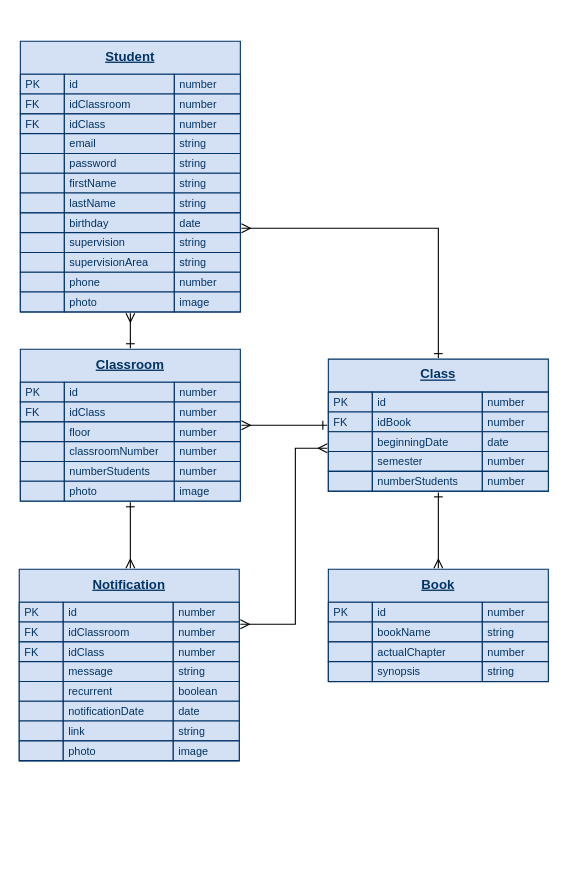
The draw.io diagram ser_db.drawio in FreeSoulsDotBat/SER, before the edit. Source tidied: cells renumbered, new cells numbered last; positions are measured from the earlier drawing's top-left corner, leaving out a move shared by most shapes. Both pictures are drawn from the tidied source at 110%, with x=0, y=0 at pixel (19, 41).
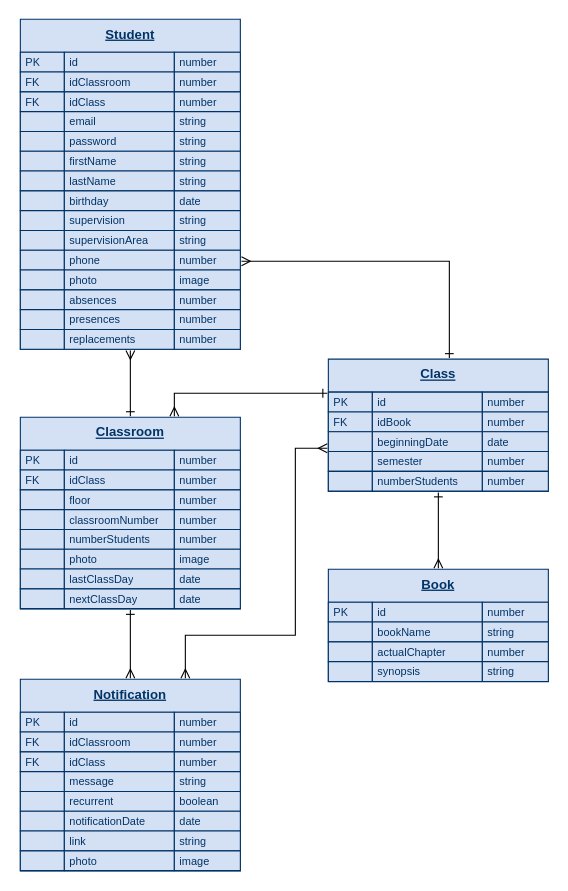
The same page after the edit.

The change refers to these unchanged cells:
```xml
<mxCell id="113" value="Class" style="shape=table;startSize=30;childLayout=tableLayout;fontStyle=5;align=center;fillColor=#D4E1F5;strokeColor=#003366;fontColor=#003366;verticalAlign=top;swimlaneLine=1;sketch=0;perimeterSpacing=1;" parent="1" vertex="1">
  <mxGeometry x="281" y="289" width="200" height="120.2" as="geometry" />
</mxCell>
```

What changed in the source:
```diff
@@
     <mxCell id="3" value="Student" style="shape=table;startSize=30;childLayout=tableLayout;fontStyle=5;align=center;fillColor=#D4E1F5;strokeColor=#003366;fontColor=#003366;verticalAlign=top;swimlaneLine=1;sketch=0;perimeterSpacing=1;" parent="1" vertex="1">
-      <mxGeometry x="1" width="200" height="246.2" as="geometry" />
+      <mxGeometry x="1" y="-20" width="200" height="300.2" as="geometry" />
     </mxCell>
@@
+    <mxCell id="153" style="shape=tableRow;horizontal=0;startSize=0;swimlaneHead=0;swimlaneBody=0;top=0;left=0;bottom=0;right=0;fillColor=none;" parent="3" vertex="1">
+      <mxGeometry y="246" width="200" height="18" as="geometry" />
+    </mxCell>
+    <mxCell id="154" style="shape=partialRectangle;html=1;whiteSpace=wrap;fillColor=#D4E1F5;top=1;left=1;bottom=1;right=1;overflow=hidden;strokeColor=#003366;strokeWidth=1;align=left;fontColor=#003366;spacingLeft=5;fontSize=10;spacing=0;" parent="153" vertex="1">
+      <mxGeometry width="40" height="18" as="geometry" />
+    </mxCell>
+    <mxCell id="155" value="absences" style="shape=partialRectangle;html=1;whiteSpace=wrap;fillColor=#D4E1F5;top=1;left=1;bottom=1;right=1;overflow=hidden;strokeColor=#003366;strokeWidth=1;align=left;fontColor=#003366;spacingLeft=5;fontSize=10;spacing=0;" parent="153" vertex="1">
+      <mxGeometry x="40" width="100" height="18" as="geometry" />
+    </mxCell>
+    <mxCell id="156" value="number" style="shape=partialRectangle;html=1;whiteSpace=wrap;fillColor=#D4E1F5;top=1;left=1;bottom=1;right=1;overflow=hidden;strokeColor=#003366;strokeWidth=1;align=left;fontColor=#003366;spacingLeft=5;fontSize=10;spacing=0;" parent="153" vertex="1">
+      <mxGeometry x="140" width="60" height="18" as="geometry" />
+    </mxCell>
+    <mxCell id="157" style="shape=tableRow;horizontal=0;startSize=0;swimlaneHead=0;swimlaneBody=0;top=0;left=0;bottom=0;right=0;fillColor=none;" parent="3" vertex="1">
+      <mxGeometry y="264" width="200" height="18" as="geometry" />
+    </mxCell>
+    <mxCell id="158" style="shape=partialRectangle;html=1;whiteSpace=wrap;fillColor=#D4E1F5;top=1;left=1;bottom=1;right=1;overflow=hidden;strokeColor=#003366;strokeWidth=1;align=left;fontColor=#003366;spacingLeft=5;fontSize=10;spacing=0;" parent="157" vertex="1">
+      <mxGeometry width="40" height="18" as="geometry" />
+    </mxCell>
+    <mxCell id="159" value="presences" style="shape=partialRectangle;html=1;whiteSpace=wrap;fillColor=#D4E1F5;top=1;left=1;bottom=1;right=1;overflow=hidden;strokeColor=#003366;strokeWidth=1;align=left;fontColor=#003366;spacingLeft=5;fontSize=10;spacing=0;" parent="157" vertex="1">
+      <mxGeometry x="40" width="100" height="18" as="geometry" />
+    </mxCell>
+    <mxCell id="160" value="number" style="shape=partialRectangle;html=1;whiteSpace=wrap;fillColor=#D4E1F5;top=1;left=1;bottom=1;right=1;overflow=hidden;strokeColor=#003366;strokeWidth=1;align=left;fontColor=#003366;spacingLeft=5;fontSize=10;spacing=0;" parent="157" vertex="1">
+      <mxGeometry x="140" width="60" height="18" as="geometry" />
+    </mxCell>
+    <mxCell id="161" style="shape=tableRow;horizontal=0;startSize=0;swimlaneHead=0;swimlaneBody=0;top=0;left=0;bottom=0;right=0;fillColor=none;" parent="3" vertex="1">
+      <mxGeometry y="282" width="200" height="18" as="geometry" />
+    </mxCell>
+    <mxCell id="162" style="shape=partialRectangle;html=1;whiteSpace=wrap;fillColor=#D4E1F5;top=1;left=1;bottom=1;right=1;overflow=hidden;strokeColor=#003366;strokeWidth=1;align=left;fontColor=#003366;spacingLeft=5;fontSize=10;spacing=0;" parent="161" vertex="1">
+      <mxGeometry width="40" height="18" as="geometry" />
+    </mxCell>
+    <mxCell id="163" value="replacements" style="shape=partialRectangle;html=1;whiteSpace=wrap;fillColor=#D4E1F5;top=1;left=1;bottom=1;right=1;overflow=hidden;strokeColor=#003366;strokeWidth=1;align=left;fontColor=#003366;spacingLeft=5;fontSize=10;spacing=0;" parent="161" vertex="1">
+      <mxGeometry x="40" width="100" height="18" as="geometry" />
+    </mxCell>
+    <mxCell id="164" value="number" style="shape=partialRectangle;html=1;whiteSpace=wrap;fillColor=#D4E1F5;top=1;left=1;bottom=1;right=1;overflow=hidden;strokeColor=#003366;strokeWidth=1;align=left;fontColor=#003366;spacingLeft=5;fontSize=10;spacing=0;" parent="161" vertex="1">
+      <mxGeometry x="140" width="60" height="18" as="geometry" />
+    </mxCell>
     <mxCell id="52" value="Classroom" style="shape=table;startSize=30;childLayout=tableLayout;fontStyle=5;align=center;fillColor=#D4E1F5;strokeColor=#003366;fontColor=#003366;verticalAlign=top;swimlaneLine=1;sketch=0;perimeterSpacing=1;" parent="1" vertex="1">
-      <mxGeometry x="1" y="280" width="200" height="138.2" as="geometry" />
+      <mxGeometry x="1" y="341.8" width="200" height="174.2" as="geometry" />
     </mxCell>
@@
+    <mxCell id="165" style="shape=tableRow;horizontal=0;startSize=0;swimlaneHead=0;swimlaneBody=0;top=0;left=0;bottom=0;right=0;fillColor=none;" parent="52" vertex="1">
+      <mxGeometry y="138" width="200" height="18" as="geometry" />
+    </mxCell>
+    <mxCell id="166" style="shape=partialRectangle;html=1;whiteSpace=wrap;fillColor=#D4E1F5;top=1;left=1;bottom=1;right=1;overflow=hidden;strokeColor=#003366;strokeWidth=1;align=left;fontColor=#003366;spacingLeft=5;fontSize=10;spacing=0;" parent="165" vertex="1">
+      <mxGeometry width="40" height="18" as="geometry" />
+    </mxCell>
+    <mxCell id="167" value="lastClassDay" style="shape=partialRectangle;html=1;whiteSpace=wrap;fillColor=#D4E1F5;top=1;left=1;bottom=1;right=1;overflow=hidden;strokeColor=#003366;strokeWidth=1;align=left;fontColor=#003366;spacingLeft=5;fontSize=10;spacing=0;" parent="165" vertex="1">
+      <mxGeometry x="40" width="100" height="18" as="geometry" />
+    </mxCell>
+    <mxCell id="168" value="date" style="shape=partialRectangle;html=1;whiteSpace=wrap;fillColor=#D4E1F5;top=1;left=1;bottom=1;right=1;overflow=hidden;strokeColor=#003366;strokeWidth=1;align=left;fontColor=#003366;spacingLeft=5;fontSize=10;spacing=0;" parent="165" vertex="1">
+      <mxGeometry x="140" width="60" height="18" as="geometry" />
+    </mxCell>
+    <mxCell id="169" style="shape=tableRow;horizontal=0;startSize=0;swimlaneHead=0;swimlaneBody=0;top=0;left=0;bottom=0;right=0;fillColor=none;" parent="52" vertex="1">
+      <mxGeometry y="156" width="200" height="18" as="geometry" />
+    </mxCell>
+    <mxCell id="170" style="shape=partialRectangle;html=1;whiteSpace=wrap;fillColor=#D4E1F5;top=1;left=1;bottom=1;right=1;overflow=hidden;strokeColor=#003366;strokeWidth=1;align=left;fontColor=#003366;spacingLeft=5;fontSize=10;spacing=0;" parent="169" vertex="1">
+      <mxGeometry width="40" height="18" as="geometry" />
+    </mxCell>
+    <mxCell id="171" value="nextClassDay" style="shape=partialRectangle;html=1;whiteSpace=wrap;fillColor=#D4E1F5;top=1;left=1;bottom=1;right=1;overflow=hidden;strokeColor=#003366;strokeWidth=1;align=left;fontColor=#003366;spacingLeft=5;fontSize=10;spacing=0;" parent="169" vertex="1">
+      <mxGeometry x="40" width="100" height="18" as="geometry" />
+    </mxCell>
+    <mxCell id="172" value="date" style="shape=partialRectangle;html=1;whiteSpace=wrap;fillColor=#D4E1F5;top=1;left=1;bottom=1;right=1;overflow=hidden;strokeColor=#003366;strokeWidth=1;align=left;fontColor=#003366;spacingLeft=5;fontSize=10;spacing=0;" parent="169" vertex="1">
+      <mxGeometry x="140" width="60" height="18" as="geometry" />
+    </mxCell>
@@
     <mxCell id="78" value="Notification" style="shape=table;startSize=30;childLayout=tableLayout;fontStyle=5;align=center;fillColor=#D4E1F5;strokeColor=#003366;fontColor=#003366;verticalAlign=top;swimlaneLine=1;sketch=0;perimeterSpacing=1;" parent="1" vertex="1">
-      <mxGeometry y="480" width="200" height="174.2" as="geometry" />
+      <mxGeometry x="1" y="580" width="200" height="174.2" as="geometry" />
     </mxCell>
@@
     <mxCell id="112" style="edgeStyle=orthogonalEdgeStyle;rounded=0;jettySize=auto;html=1;fontSize=10;fontColor=#003366;startArrow=ERone;startFill=0;endArrow=ERmany;endFill=0;" parent="1" edge="1" source="113" target="3">
       <mxGeometry relative="1" as="geometry">
         <Array as="points">
-          <mxPoint x="381" y="170" />
+          <mxPoint x="391" y="200" />
         </Array>
       </mxGeometry>
     </mxCell>
@@
     <mxCell id="134" style="edgeStyle=orthogonalEdgeStyle;rounded=0;jettySize=auto;html=1;fontSize=10;fontColor=#003366;startArrow=ERone;startFill=0;endArrow=ERmany;endFill=0;" parent="1" edge="1" source="113" target="52">
       <mxGeometry relative="1" as="geometry">
         <Array as="points">
-          <mxPoint x="371" y="355" />
-          <mxPoint x="371" y="355" />
+          <mxPoint x="141" y="320" />
         </Array>
       </mxGeometry>
     </mxCell>
@@
     <mxCell id="152" style="edgeStyle=orthogonalEdgeStyle;rounded=0;jettySize=auto;html=1;fontSize=10;fontColor=#003366;startArrow=ERmany;startFill=0;endArrow=ERmany;endFill=0;" parent="1" edge="1" source="113" target="78">
       <mxGeometry relative="1" as="geometry">
         <Array as="points">
           <mxPoint x="251" y="370" />
-          <mxPoint x="251" y="530" />
+          <mxPoint x="251" y="540" />
+          <mxPoint x="151" y="540" />
         </Array>
       </mxGeometry>
     </mxCell>
```
